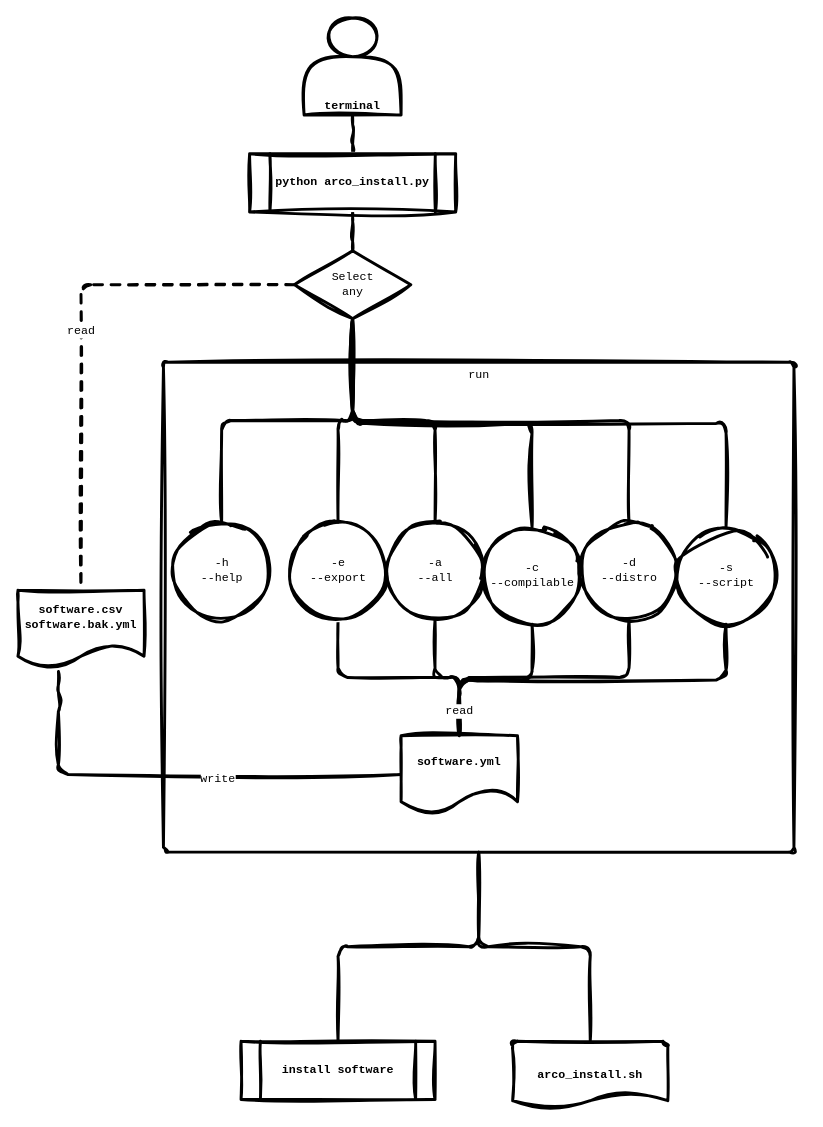
Above: docs/use_diagram.drawio in AlbertoVf/arco-install (draw.io), before the change. Source tidied: cells renumbered, new cells numbered last; positions are measured from the earlier drawing's top-left corner, leaving out a move shared by most shapes. Both pictures are drawn from the tidied source at 97%, with x=0, y=0 at pixel (17, 17).
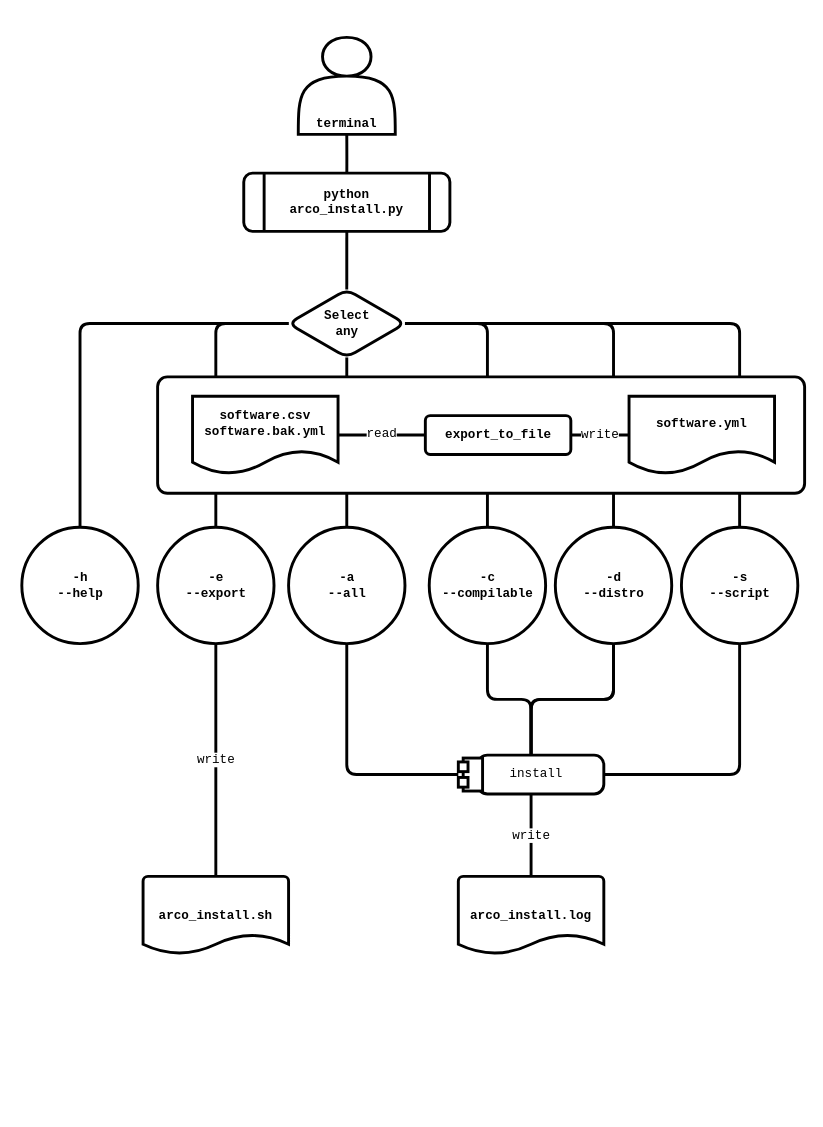
Above is the later version.

The edit, as a diff of the source:
```diff
@@
-    <mxCell id="2" value="run" style="html=1;align=center;verticalAlign=top;rounded=1;absoluteArcSize=1;arcSize=10;dashed=0;labelBackgroundColor=default;strokeWidth=3;fontFamily=Courier New;fontSize=12;sketch=1;curveFitting=1;jiggle=2;" parent="1" vertex="1">
-      <mxGeometry x="150" y="355" width="650" height="505" as="geometry" />
-    </mxCell>
-    <mxCell id="3" style="edgeStyle=orthogonalEdgeStyle;html=1;entryX=0.5;entryY=0;entryDx=0;entryDy=0;strokeWidth=3;fontFamily=Courier New;fontSize=12;endArrow=none;endFill=0;sketch=1;curveFitting=1;jiggle=2;" parent="1" edge="1" source="2" target="19">
-      <mxGeometry relative="1" as="geometry" />
-    </mxCell>
-    <mxCell id="4" style="edgeStyle=orthogonalEdgeStyle;html=1;exitX=0.5;exitY=1;exitDx=0;exitDy=0;entryX=0.5;entryY=0;entryDx=0;entryDy=0;entryPerimeter=0;strokeWidth=3;fontFamily=Courier New;fontSize=12;endArrow=none;endFill=0;sketch=1;curveFitting=1;jiggle=2;" parent="1" edge="1" source="2" target="24">
-      <mxGeometry relative="1" as="geometry" />
-    </mxCell>
-    <mxCell id="5" value="terminal" style="shape=actor;whiteSpace=wrap;html=1;fontFamily=Courier New;fontSize=12;rounded=0;fontStyle=1;strokeWidth=3;align=center;verticalAlign=bottom;sketch=1;curveFitting=1;jiggle=2;" parent="1" vertex="1">
-      <mxGeometry x="295" width="100" height="100" as="geometry" />
+    <mxCell id="5" value="terminal" style="shape=actor;whiteSpace=wrap;html=1;fontFamily=Courier New;fontSize=13;rounded=1;fontStyle=1;strokeWidth=3;align=center;verticalAlign=bottom;fillColor=default;" parent="1" vertex="1">
+      <mxGeometry x="289" y="20" width="100" height="100" as="geometry" />
     </mxCell>
+    <mxCell id="36" style="edgeStyle=orthogonalEdgeStyle;shape=connector;rounded=1;html=1;entryX=0;entryY=0.5;entryDx=0;entryDy=0;labelBackgroundColor=default;strokeWidth=3;fontFamily=Courier New;fontSize=13;fontColor=default;endArrow=none;endFill=0;exitX=0.5;exitY=1;exitDx=0;exitDy=0;" parent="1" edge="1" source="6" target="43">
+      <mxGeometry relative="1" as="geometry" />
+    </mxCell>
-    <mxCell id="6" value="-a&lt;br style=&quot;font-size: 12px;&quot;&gt;--all" style="ellipse;fontFamily=Courier New;fontSize=12;fontColor=rgb(0, 0, 0);align=center;strokeColor=rgb(0, 0, 0);strokeWidth=3;fillColor=rgb(255, 255, 255);html=1;rotation=0;sketch=1;curveFitting=1;jiggle=2;" parent="1" vertex="1">
-      <mxGeometry x="380" y="520" width="100" height="100" as="geometry" />
+    <mxCell id="6" value="-a&lt;br style=&quot;font-size: 13px;&quot;&gt;--all" style="ellipse;fontFamily=Courier New;fontSize=13;align=center;strokeWidth=3;html=1;rotation=0;rounded=1;fontStyle=1;fillColor=default;" parent="1" vertex="1">
+      <mxGeometry x="279" y="525" width="120" height="120" as="geometry" />
     </mxCell>
+    <mxCell id="37" style="edgeStyle=orthogonalEdgeStyle;shape=connector;rounded=1;html=1;entryX=0.5;entryY=0;entryDx=0;entryDy=0;labelBackgroundColor=default;strokeWidth=3;fontFamily=Courier New;fontSize=13;fontColor=default;endArrow=none;endFill=0;" parent="1" edge="1" source="7" target="43">
+      <mxGeometry relative="1" as="geometry" />
+    </mxCell>
-    <mxCell id="7" value="-c&lt;br style=&quot;font-size: 12px;&quot;&gt;--compilable" style="ellipse;fontFamily=Courier New;fontSize=12;fontColor=rgb(0, 0, 0);align=center;strokeColor=rgb(0, 0, 0);strokeWidth=3;fillColor=rgb(255, 255, 255);html=1;rotation=0;sketch=1;curveFitting=1;jiggle=2;" parent="1" vertex="1">
-      <mxGeometry x="480" y="525" width="100" height="100" as="geometry" />
+    <mxCell id="7" value="-c&lt;br style=&quot;font-size: 13px;&quot;&gt;--compilable" style="ellipse;fontFamily=Courier New;fontSize=13;align=center;strokeWidth=3;html=1;rotation=0;rounded=1;fontStyle=1;fillColor=default;" parent="1" vertex="1">
+      <mxGeometry x="424" y="525" width="120" height="120" as="geometry" />
     </mxCell>
+    <mxCell id="38" style="edgeStyle=orthogonalEdgeStyle;shape=connector;rounded=1;html=1;entryX=0.5;entryY=0;entryDx=0;entryDy=0;labelBackgroundColor=default;strokeWidth=3;fontFamily=Courier New;fontSize=13;fontColor=default;endArrow=none;endFill=0;" parent="1" edge="1" source="8" target="43">
+      <mxGeometry relative="1" as="geometry" />
+    </mxCell>
-    <mxCell id="8" value="-d&lt;br style=&quot;font-size: 12px;&quot;&gt;--distro" style="ellipse;fontFamily=Courier New;fontSize=12;fontColor=rgb(0, 0, 0);align=center;strokeColor=rgb(0, 0, 0);strokeWidth=3;fillColor=rgb(255, 255, 255);html=1;rotation=0;sketch=1;curveFitting=1;jiggle=2;" parent="1" vertex="1">
-      <mxGeometry x="580" y="520" width="100" height="100" as="geometry" />
+    <mxCell id="8" value="-d&lt;br style=&quot;font-size: 13px;&quot;&gt;--distro" style="ellipse;fontFamily=Courier New;fontSize=13;align=center;strokeWidth=3;html=1;rotation=0;rounded=1;fontStyle=1;fillColor=default;" parent="1" vertex="1">
+      <mxGeometry x="554" y="525" width="120" height="120" as="geometry" />
     </mxCell>
+    <mxCell id="39" style="edgeStyle=orthogonalEdgeStyle;shape=connector;rounded=1;html=1;entryX=1;entryY=0.5;entryDx=0;entryDy=0;labelBackgroundColor=default;strokeWidth=3;fontFamily=Courier New;fontSize=13;fontColor=default;endArrow=none;endFill=0;exitX=0.5;exitY=1;exitDx=0;exitDy=0;" parent="1" edge="1" source="9" target="43">
+      <mxGeometry relative="1" as="geometry" />
+    </mxCell>
-    <mxCell id="9" value="-s&lt;br style=&quot;font-size: 12px;&quot;&gt;--script" style="ellipse;fontFamily=Courier New;fontSize=12;fontColor=rgb(0, 0, 0);align=center;strokeColor=rgb(0, 0, 0);strokeWidth=3;fillColor=rgb(255, 255, 255);html=1;rotation=0;sketch=1;curveFitting=1;jiggle=2;" parent="1" vertex="1">
-      <mxGeometry x="680" y="525" width="100" height="100" as="geometry" />
+    <mxCell id="9" value="-s&lt;br style=&quot;font-size: 13px;&quot;&gt;--script" style="ellipse;fontFamily=Courier New;fontSize=13;align=center;strokeWidth=3;html=1;rotation=0;rounded=1;fontStyle=1;fillColor=default;" parent="1" vertex="1">
+      <mxGeometry x="684" y="525" width="120" height="120" as="geometry" />
     </mxCell>
-    <mxCell id="10" value="-h&lt;br style=&quot;font-size: 12px;&quot;&gt;--help" style="ellipse;fontFamily=Courier New;fontSize=12;fontColor=rgb(0, 0, 0);align=center;strokeColor=rgb(0, 0, 0);strokeWidth=3;fillColor=rgb(255, 255, 255);html=1;rotation=0;sketch=1;curveFitting=1;jiggle=2;" parent="1" vertex="1">
-      <mxGeometry x="160" y="520" width="100" height="100" as="geometry" />
+    <mxCell id="10" value="-h&lt;br style=&quot;font-size: 13px;&quot;&gt;--help" style="ellipse;fontFamily=Courier New;fontSize=13;align=center;strokeWidth=3;html=1;rotation=0;rounded=1;fontStyle=1;fillColor=default;" parent="1" vertex="1">
+      <mxGeometry x="4" y="525" width="120" height="120" as="geometry" />
     </mxCell>
-    <mxCell id="11" style="edgeStyle=orthogonalEdgeStyle;html=1;entryX=0.321;entryY=1.048;entryDx=0;entryDy=0;entryPerimeter=0;strokeWidth=3;fontFamily=Courier New;fontSize=12;endArrow=none;endFill=0;sketch=1;curveFitting=1;jiggle=2;" parent="1" edge="1" source="18" target="33">
-      <mxGeometry relative="1" as="geometry" />
-    </mxCell>
-    <mxCell id="12" value="write" style="edgeLabel;html=1;align=center;verticalAlign=middle;fontSize=12;fontFamily=Courier New;sketch=1;curveFitting=1;jiggle=2;" parent="11" vertex="1">
-      <mxGeometry x="-0.17" y="4" relative="1" as="geometry">
-        <mxPoint x="1" as="offset" />
-      </mxGeometry>
-    </mxCell>
-    <mxCell id="13" style="edgeStyle=orthogonalEdgeStyle;html=1;entryX=0.5;entryY=1;entryDx=0;entryDy=0;strokeWidth=3;fontFamily=Courier New;fontSize=12;endArrow=none;endFill=0;sketch=1;curveFitting=1;jiggle=2;exitX=0.5;exitY=0;exitDx=0;exitDy=0;" parent="1" edge="1" source="18" target="23">
-      <mxGeometry relative="1" as="geometry" />
-    </mxCell>
-    <mxCell id="14" style="edgeStyle=orthogonalEdgeStyle;html=1;exitX=0.5;exitY=0;exitDx=0;exitDy=0;entryX=0.5;entryY=1;entryDx=0;entryDy=0;strokeWidth=3;fontFamily=Courier New;fontSize=12;endArrow=none;endFill=0;sketch=1;curveFitting=1;jiggle=2;" parent="1" edge="1" source="18" target="6">
-      <mxGeometry relative="1" as="geometry" />
-    </mxCell>
-    <mxCell id="15" style="edgeStyle=orthogonalEdgeStyle;html=1;exitX=0.5;exitY=0;exitDx=0;exitDy=0;entryX=0.5;entryY=1;entryDx=0;entryDy=0;strokeWidth=3;fontFamily=Courier New;fontSize=12;endArrow=none;endFill=0;sketch=1;curveFitting=1;jiggle=2;" parent="1" edge="1" source="18" target="9">
-      <mxGeometry relative="1" as="geometry" />
-    </mxCell>
-    <mxCell id="16" style="edgeStyle=orthogonalEdgeStyle;html=1;exitX=0.5;exitY=0;exitDx=0;exitDy=0;entryX=0.5;entryY=1;entryDx=0;entryDy=0;strokeWidth=3;fontFamily=Courier New;fontSize=12;endArrow=none;endFill=0;sketch=1;curveFitting=1;jiggle=2;" parent="1" edge="1" source="18" target="7">
-      <mxGeometry relative="1" as="geometry" />
-    </mxCell>
-    <mxCell id="17" style="edgeStyle=orthogonalEdgeStyle;html=1;exitX=0.5;exitY=0;exitDx=0;exitDy=0;entryX=0.5;entryY=1;entryDx=0;entryDy=0;strokeWidth=3;fontFamily=Courier New;fontSize=12;endArrow=none;endFill=0;startArrow=none;sketch=1;curveFitting=1;jiggle=2;" parent="1" edge="1" source="35" target="8">
-      <mxGeometry relative="1" as="geometry">
-        <Array as="points">
-          <mxPoint x="455" y="680" />
-          <mxPoint x="630" y="680" />
-        </Array>
-      </mxGeometry>
-    </mxCell>
-    <mxCell id="18" value="software.yml" style="shape=document;whiteSpace=wrap;html=1;boundedLbl=1;fontFamily=Courier New;fontSize=12;rounded=0;fontStyle=1;strokeWidth=3;align=center;verticalAlign=middle;sketch=1;curveFitting=1;jiggle=2;" parent="1" vertex="1">
-      <mxGeometry x="395" y="740" width="120" height="80" as="geometry" />
-    </mxCell>
-    <mxCell id="19" value="install software" style="shape=process;whiteSpace=wrap;html=1;backgroundOutline=1;fontFamily=Courier New;fontSize=12;rounded=0;fontStyle=1;strokeWidth=3;align=center;verticalAlign=middle;sketch=1;curveFitting=1;jiggle=2;" parent="1" vertex="1">
-      <mxGeometry x="230" y="1055" width="200" height="60" as="geometry" />
-    </mxCell>
-    <mxCell id="20" style="html=1;exitX=0.5;exitY=0;exitDx=0;exitDy=0;entryX=0.5;entryY=1;entryDx=0;entryDy=0;strokeWidth=3;fontFamily=Courier New;fontSize=12;endArrow=none;endFill=0;edgeStyle=orthogonalEdgeStyle;sketch=1;curveFitting=1;jiggle=2;" parent="1" edge="1" source="22" target="5">
+    <mxCell id="20" style="html=1;exitX=0.5;exitY=0;exitDx=0;exitDy=0;entryX=0.5;entryY=1;entryDx=0;entryDy=0;strokeWidth=3;fontFamily=Courier New;fontSize=13;endArrow=none;endFill=0;edgeStyle=orthogonalEdgeStyle;rounded=1;fontStyle=1;" parent="1" edge="1" source="22" target="5">
       <mxGeometry relative="1" as="geometry" />
     </mxCell>
-    <mxCell id="21" style="edgeStyle=elbowEdgeStyle;elbow=vertical;html=1;entryX=0.5;entryY=0;entryDx=0;entryDy=0;strokeWidth=3;endArrow=none;endFill=0;fontFamily=Courier New;fontSize=12;sketch=1;curveFitting=1;jiggle=2;" parent="1" edge="1" source="22" target="32">
+    <mxCell id="21" style="edgeStyle=none;html=1;entryX=0.5;entryY=0;entryDx=0;entryDy=0;strokeWidth=3;endArrow=none;endFill=0;" parent="1" edge="1" source="22" target="32">
       <mxGeometry relative="1" as="geometry" />
     </mxCell>
-    <mxCell id="22" value="python arco_install.py" style="shape=process;whiteSpace=wrap;html=1;backgroundOutline=1;fontFamily=Courier New;fontSize=12;rounded=0;fontStyle=1;strokeWidth=3;align=center;verticalAlign=middle;sketch=1;curveFitting=1;jiggle=2;" parent="1" vertex="1">
-      <mxGeometry x="238.8" y="140" width="212.5" height="60" as="geometry" />
+    <mxCell id="22" value="python arco_install.py" style="shape=process;whiteSpace=wrap;html=1;backgroundOutline=1;fontFamily=Courier New;fontSize=13;rounded=1;fontStyle=1;strokeWidth=3;align=center;verticalAlign=middle;fillColor=default;" parent="1" vertex="1">
+      <mxGeometry x="232.8" y="160" width="212.5" height="60" as="geometry" />
     </mxCell>
+    <mxCell id="40" value="write" style="edgeStyle=orthogonalEdgeStyle;shape=connector;rounded=1;html=1;entryX=0.5;entryY=0;entryDx=0;entryDy=0;entryPerimeter=0;labelBackgroundColor=default;strokeWidth=3;fontFamily=Courier New;fontSize=13;fontColor=default;endArrow=none;endFill=0;" parent="1" edge="1" source="23" target="24">
+      <mxGeometry relative="1" as="geometry" />
+    </mxCell>
-    <mxCell id="23" value="-e&lt;br style=&quot;font-size: 12px;&quot;&gt;--export" style="ellipse;fontFamily=Courier New;fontSize=12;fontColor=rgb(0, 0, 0);align=center;strokeColor=rgb(0, 0, 0);strokeWidth=3;fillColor=rgb(255, 255, 255);html=1;rotation=0;sketch=1;curveFitting=1;jiggle=2;" parent="1" vertex="1">
-      <mxGeometry x="280" y="520" width="100" height="100" as="geometry" />
+    <mxCell id="23" value="-e&lt;br style=&quot;font-size: 13px;&quot;&gt;--export" style="ellipse;fontFamily=Courier New;fontSize=13;align=center;strokeWidth=3;html=1;rotation=0;rounded=1;fontStyle=1;fillColor=default;" parent="1" vertex="1">
+      <mxGeometry x="144" y="525" width="120" height="120" as="geometry" />
     </mxCell>
-    <mxCell id="24" value="arco_install.sh" style="strokeWidth=3;html=1;shape=mxgraph.flowchart.document2;whiteSpace=wrap;size=0.25;fontSize=12;fontFamily=Courier New;fontStyle=1;sketch=1;curveFitting=1;jiggle=2;" parent="1" vertex="1">
-      <mxGeometry x="510" y="1055" width="160" height="70" as="geometry" />
+    <mxCell id="24" value="arco_install.sh" style="strokeWidth=3;html=1;shape=mxgraph.flowchart.document2;whiteSpace=wrap;size=0.25;fontSize=13;fontFamily=Courier New;fontStyle=1;rounded=1;fillColor=default;rotation=0;" parent="1" vertex="1">
+      <mxGeometry x="129" y="885" width="150" height="80" as="geometry" />
     </mxCell>
+    <mxCell id="34" style="edgeStyle=orthogonalEdgeStyle;html=1;strokeWidth=3;endArrow=none;endFill=0;fontFamily=Courier New;fontSize=13;fontStyle=1;rounded=1;exitX=0;exitY=0.5;exitDx=0;exitDy=0;" parent="1" edge="1" source="32" target="10">
+      <mxGeometry relative="1" as="geometry" />
+    </mxCell>
+    <mxCell id="29" style="edgeStyle=orthogonalEdgeStyle;shape=connector;rounded=1;html=1;entryX=0.5;entryY=0;entryDx=0;entryDy=0;labelBackgroundColor=default;strokeWidth=3;fontFamily=Courier New;fontSize=13;fontColor=default;endArrow=none;endFill=0;" parent="1" edge="1" source="32" target="23">
+      <mxGeometry relative="1" as="geometry" />
+    </mxCell>
+    <mxCell id="28" style="edgeStyle=orthogonalEdgeStyle;shape=connector;rounded=1;html=1;entryX=0.5;entryY=0;entryDx=0;entryDy=0;labelBackgroundColor=default;strokeWidth=3;fontFamily=Courier New;fontSize=13;fontColor=default;endArrow=none;endFill=0;" parent="1" edge="1" source="32" target="6">
+      <mxGeometry relative="1" as="geometry" />
+    </mxCell>
+    <mxCell id="27" style="edgeStyle=orthogonalEdgeStyle;shape=connector;rounded=1;html=1;entryX=0.5;entryY=0;entryDx=0;entryDy=0;labelBackgroundColor=default;strokeWidth=3;fontFamily=Courier New;fontSize=13;fontColor=default;endArrow=none;endFill=0;" parent="1" edge="1" source="32" target="7">
+      <mxGeometry relative="1" as="geometry" />
+    </mxCell>
+    <mxCell id="26" style="edgeStyle=orthogonalEdgeStyle;shape=connector;rounded=1;html=1;entryX=0.5;entryY=0;entryDx=0;entryDy=0;labelBackgroundColor=default;strokeWidth=3;fontFamily=Courier New;fontSize=13;fontColor=default;endArrow=none;endFill=0;" parent="1" edge="1" source="32" target="8">
+      <mxGeometry relative="1" as="geometry" />
+    </mxCell>
-    <mxCell id="25" style="edgeStyle=elbowEdgeStyle;elbow=vertical;html=1;entryX=0.5;entryY=0;entryDx=0;entryDy=0;strokeWidth=3;endArrow=none;endFill=0;fontFamily=Courier New;fontSize=12;sketch=1;curveFitting=1;jiggle=2;" parent="1" edge="1" source="32" target="9">
+    <mxCell id="25" style="edgeStyle=orthogonalEdgeStyle;shape=connector;rounded=1;html=1;entryX=0.5;entryY=0;entryDx=0;entryDy=0;labelBackgroundColor=default;strokeWidth=3;fontFamily=Courier New;fontSize=13;fontColor=default;endArrow=none;endFill=0;" parent="1" edge="1" source="32" target="9">
       <mxGeometry relative="1" as="geometry" />
     </mxCell>
-    <mxCell id="26" style="edgeStyle=elbowEdgeStyle;elbow=vertical;html=1;exitX=0.5;exitY=1;exitDx=0;exitDy=0;entryX=0.5;entryY=0;entryDx=0;entryDy=0;strokeWidth=3;endArrow=none;endFill=0;fontFamily=Courier New;fontSize=12;sketch=1;curveFitting=1;jiggle=2;" parent="1" edge="1" source="32" target="8">
-      <mxGeometry relative="1" as="geometry" />
-    </mxCell>
-    <mxCell id="27" style="edgeStyle=elbowEdgeStyle;elbow=vertical;html=1;exitX=0.5;exitY=1;exitDx=0;exitDy=0;entryX=0.5;entryY=0;entryDx=0;entryDy=0;strokeWidth=3;endArrow=none;endFill=0;fontFamily=Courier New;fontSize=12;sketch=1;curveFitting=1;jiggle=2;" parent="1" edge="1" source="32" target="7">
-      <mxGeometry relative="1" as="geometry" />
-    </mxCell>
-    <mxCell id="28" style="edgeStyle=elbowEdgeStyle;elbow=vertical;html=1;exitX=0.5;exitY=1;exitDx=0;exitDy=0;entryX=0.5;entryY=0;entryDx=0;entryDy=0;strokeWidth=3;endArrow=none;endFill=0;fontFamily=Courier New;fontSize=12;sketch=1;curveFitting=1;jiggle=2;" parent="1" edge="1" source="32" target="6">
-      <mxGeometry relative="1" as="geometry" />
-    </mxCell>
-    <mxCell id="29" style="edgeStyle=elbowEdgeStyle;elbow=vertical;html=1;exitX=0.5;exitY=1;exitDx=0;exitDy=0;entryX=0.5;entryY=0;entryDx=0;entryDy=0;strokeWidth=3;endArrow=none;endFill=0;fontFamily=Courier New;fontSize=12;sketch=1;curveFitting=1;jiggle=2;" parent="1" edge="1" source="32" target="23">
-      <mxGeometry relative="1" as="geometry" />
-    </mxCell>
-    <mxCell id="30" style="edgeStyle=elbowEdgeStyle;elbow=vertical;html=1;exitX=0.5;exitY=1;exitDx=0;exitDy=0;entryX=0.5;entryY=0;entryDx=0;entryDy=0;strokeWidth=3;endArrow=none;endFill=0;fontFamily=Courier New;fontSize=12;sketch=1;curveFitting=1;jiggle=2;" parent="1" edge="1" source="32" target="10">
-      <mxGeometry relative="1" as="geometry" />
-    </mxCell>
-    <mxCell id="31" value="read" style="html=1;exitX=0;exitY=0.5;exitDx=0;exitDy=0;entryX=0.5;entryY=0;entryDx=0;entryDy=0;dashed=1;strokeWidth=3;fontFamily=Courier New;fontSize=12;endArrow=none;endFill=0;edgeStyle=orthogonalEdgeStyle;sketch=1;curveFitting=1;jiggle=2;" parent="1" edge="1" source="32" target="33">
-      <mxGeometry relative="1" as="geometry" />
-    </mxCell>
-    <mxCell id="32" value="Select&lt;br style=&quot;font-size: 12px;&quot;&gt;any" style="rhombus;fontFamily=Courier New;fontSize=12;fontColor=rgb(0, 0, 0);align=center;strokeColor=rgb(0, 0, 0);strokeWidth=3;fillColor=rgb(255, 255, 255);html=1;sketch=1;curveFitting=1;jiggle=2;" parent="1" vertex="1">
-      <mxGeometry x="285" y="240" width="120" height="70" as="geometry" />
+    <mxCell id="32" value="Select&lt;br style=&quot;font-size: 13px;&quot;&gt;any" style="rhombus;fontFamily=Courier New;fontSize=13;align=center;strokeWidth=3;html=1;rounded=1;fontStyle=1;fillColor=default;" parent="1" vertex="1">
+      <mxGeometry x="279" y="280" width="120" height="70" as="geometry" />
     </mxCell>
+    <mxCell id="41" style="edgeStyle=orthogonalEdgeStyle;shape=connector;rounded=1;html=1;labelBackgroundColor=default;strokeWidth=3;fontFamily=Courier New;fontSize=13;fontColor=default;endArrow=none;endFill=0;" parent="1" edge="1" source="43" target="8">
+      <mxGeometry relative="1" as="geometry" />
+    </mxCell>
+    <mxCell id="42" value="write" style="edgeStyle=orthogonalEdgeStyle;shape=connector;rounded=1;html=1;entryX=0.5;entryY=0;entryDx=0;entryDy=0;entryPerimeter=0;labelBackgroundColor=default;strokeWidth=3;fontFamily=Courier New;fontSize=13;fontColor=default;endArrow=none;endFill=0;" parent="1" edge="1" source="43" target="44">
+      <mxGeometry relative="1" as="geometry" />
+    </mxCell>
+    <mxCell id="43" value="install" style="shape=mxgraph.uml25.actionParams;html=1;align=center;verticalAlign=top;absoluteArcSize=1;arcSize=10;dashed=0;spacingLeft=10;spacingTop=5;fontFamily=Courier New;fontSize=13;strokeWidth=3;rounded=1;fillColor=default;rotation=0;" parent="1" vertex="1">
+      <mxGeometry x="454" y="760" width="150" height="40" as="geometry" />
+    </mxCell>
+    <mxCell id="44" value="arco_install.log" style="strokeWidth=3;html=1;shape=mxgraph.flowchart.document2;whiteSpace=wrap;size=0.25;fontSize=13;fontFamily=Courier New;fontStyle=1;rounded=1;fillColor=default;rotation=0;" parent="1" vertex="1">
+      <mxGeometry x="454" y="885" width="150" height="80" as="geometry" />
+    </mxCell>
+    <mxCell id="45" style="rounded=1;absoluteArcSize=1;arcSize=20;html=1;verticalAlign=top;align=left;spacingTop=5;spacingLeft=10;strokeWidth=3;" parent="1" vertex="1">
+      <mxGeometry x="144" y="370" width="667" height="120" as="geometry" />
+    </mxCell>
+    <mxCell id="18" value="software.yml" style="shape=document;whiteSpace=wrap;html=1;boundedLbl=1;fontFamily=Courier New;fontSize=13;rounded=1;fontStyle=1;strokeWidth=3;align=center;verticalAlign=middle;fillColor=default;rotation=0;" parent="1" vertex="1">
+      <mxGeometry x="630" y="390" width="150" height="80" as="geometry" />
+    </mxCell>
-    <mxCell id="33" value="software.csv&lt;br style=&quot;font-size: 12px;&quot;&gt;software.bak.yml" style="shape=document;whiteSpace=wrap;html=1;boundedLbl=1;fontFamily=Courier New;fontSize=12;rounded=0;fontStyle=1;strokeWidth=3;align=center;verticalAlign=middle;sketch=1;curveFitting=1;jiggle=2;" parent="1" vertex="1">
-      <mxGeometry y="590" width="130" height="80" as="geometry" />
+    <mxCell id="33" value="software.csv&lt;br style=&quot;font-size: 13px;&quot;&gt;software.bak.yml" style="shape=document;whiteSpace=wrap;html=1;boundedLbl=1;fontFamily=Courier New;fontSize=13;rounded=1;fontStyle=1;strokeWidth=3;align=center;verticalAlign=middle;fillColor=default;" parent="1" vertex="1">
+      <mxGeometry x="180" y="390" width="150" height="80" as="geometry" />
     </mxCell>
-    <mxCell id="34" style="edgeStyle=orthogonalEdgeStyle;html=1;exitX=0.5;exitY=0;exitDx=0;exitDy=0;entryX=0.5;entryY=1;entryDx=0;entryDy=0;strokeWidth=3;fontFamily=Courier New;fontSize=12;endArrow=none;endFill=0;sketch=1;curveFitting=1;jiggle=2;" parent="1" edge="1" source="18" target="35">
-      <mxGeometry relative="1" as="geometry" />
-    </mxCell>
-    <mxCell id="35" value="read" style="text;html=1;align=center;verticalAlign=middle;points=[];fontSize=12;fontFamily=Courier New;labelBackgroundColor=default;sketch=1;curveFitting=1;jiggle=2;" parent="1" vertex="1">
-      <mxGeometry x="430" y="700" width="50" height="30" as="geometry" />
-    </mxCell>
+    <mxCell id="46" value="export_to_file" style="html=1;align=center;verticalAlign=middle;rounded=1;absoluteArcSize=1;arcSize=10;dashed=0;strokeWidth=3;fontFamily=Courier New;fontSize=13;fontStyle=1;fillColor=default;rotation=0;" parent="1" vertex="1">
+      <mxGeometry x="420" y="410" width="150" height="40" as="geometry" />
+    </mxCell>
+    <mxCell id="47" style="edgeStyle=orthogonalEdgeStyle;shape=connector;rounded=1;html=1;entryX=0;entryY=0.5;entryDx=0;entryDy=0;labelBackgroundColor=default;strokeWidth=3;fontFamily=Courier New;fontSize=13;fontColor=default;endArrow=none;endFill=0;exitX=1;exitY=0.5;exitDx=0;exitDy=0;" parent="1" edge="1" source="33" target="46">
+      <mxGeometry relative="1" as="geometry" />
+    </mxCell>
+    <mxCell id="48" value="read" style="edgeLabel;html=1;align=center;verticalAlign=middle;fontSize=13;fontFamily=Courier New;fontColor=default;rounded=1;" parent="47" vertex="1">
+      <mxGeometry x="-0.02" y="2" relative="1" as="geometry" />
+    </mxCell>
+    <mxCell id="49" value="write" style="edgeStyle=orthogonalEdgeStyle;shape=connector;rounded=1;html=1;entryX=0;entryY=0.5;entryDx=0;entryDy=0;labelBackgroundColor=default;strokeWidth=3;fontFamily=Courier New;fontSize=13;fontColor=default;endArrow=none;endFill=0;" parent="1" edge="1" source="46" target="18">
+      <mxGeometry relative="1" as="geometry" />
+    </mxCell>
```
